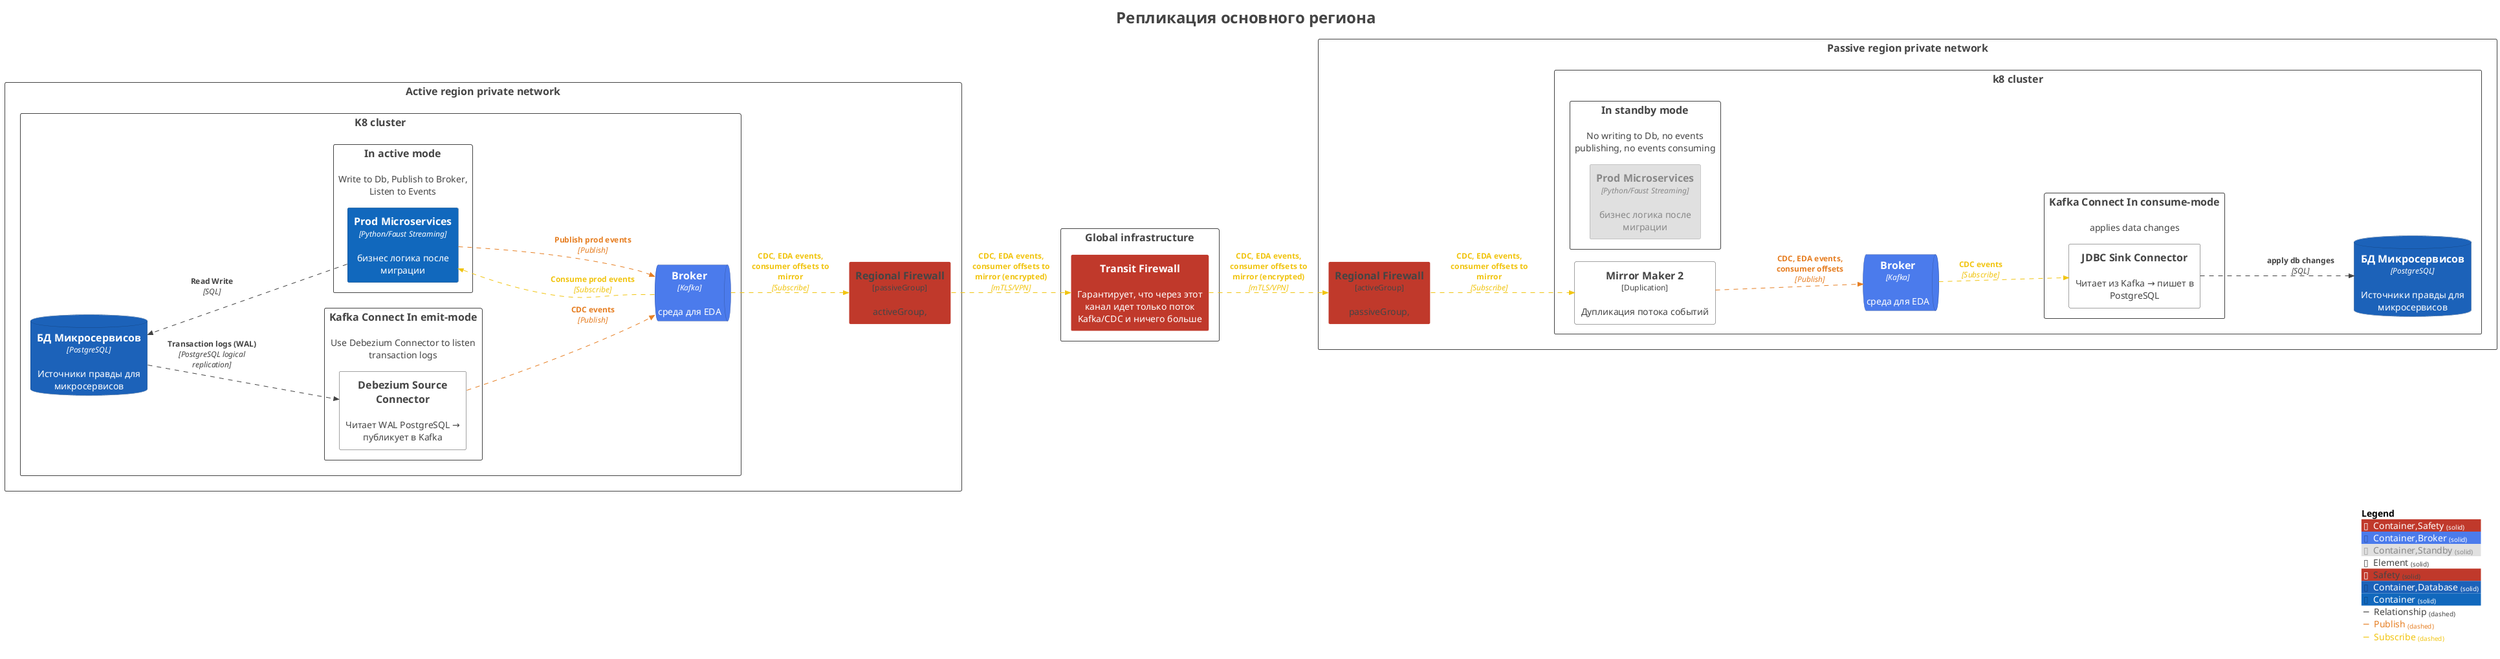
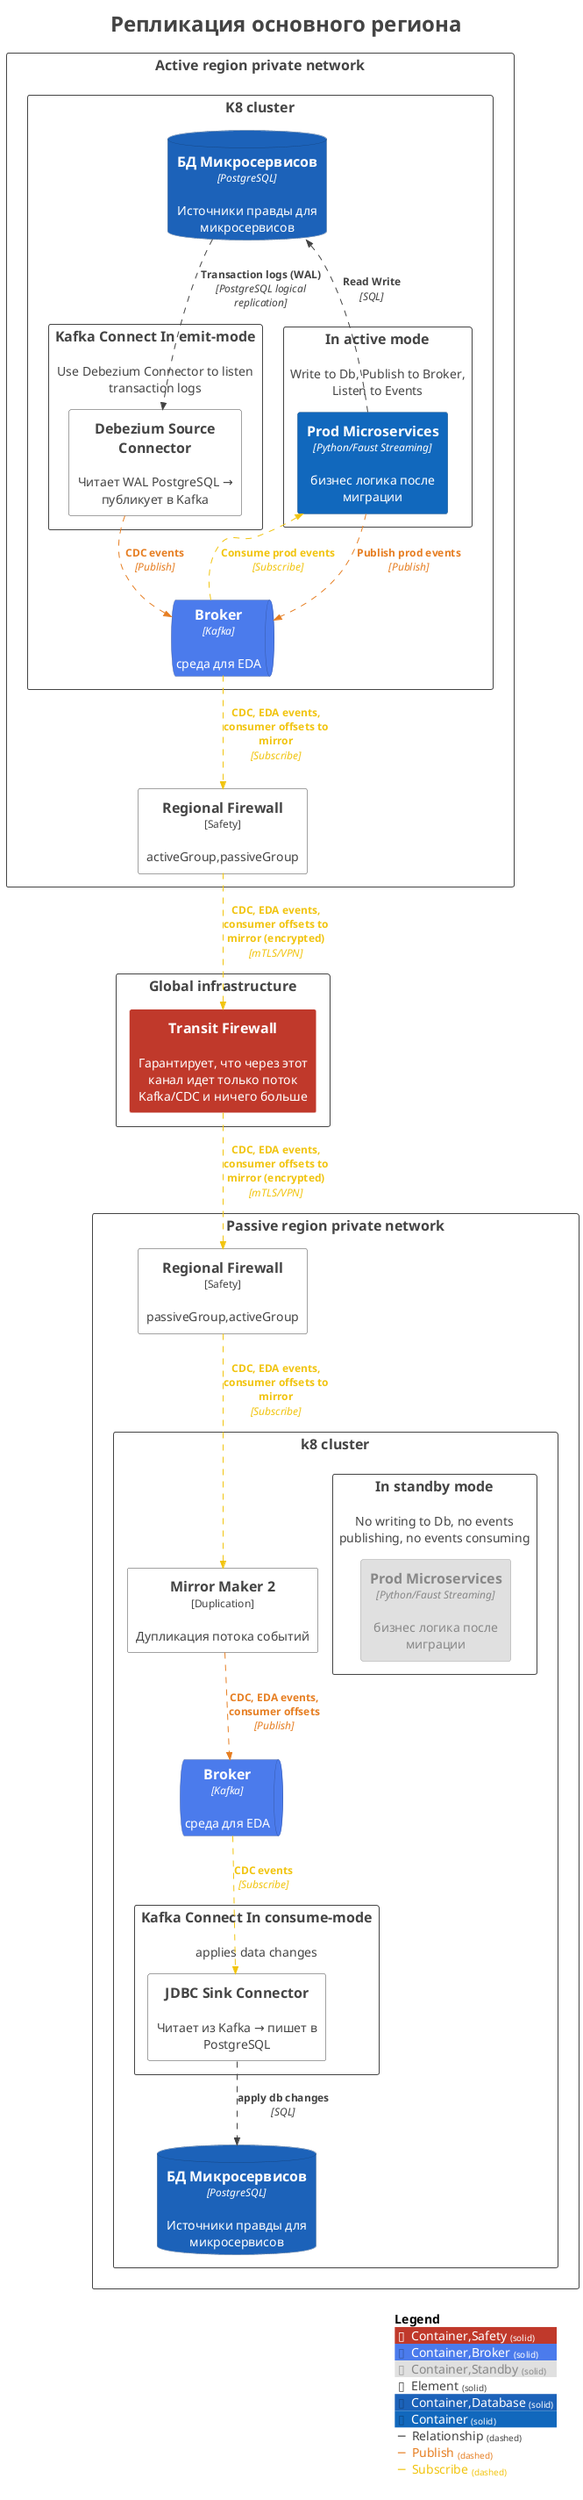
@startuml
title <size:24>Репликация основного региона</size>

set separator none
- left to right direction
+ top to bottom direction

<style>
  root {
    BackgroundColor: #ffffff
    FontColor: #444444
  }
</style>

!include <C4/C4>
!include <C4/C4_Context>
!include <C4/C4_Container>
!include <C4/C4_Deployment>

AddElementTag("Container,Safety", $bgColor="#c0392b", $borderColor="#ffffff", $fontColor="#ffffff", $sprite="", $shadowing="", $borderStyle="solid")
AddElementTag("Container,Broker", $bgColor="#4b7bec", $borderColor="#3456a5", $fontColor="#ffffff", $sprite="", $shadowing="", $borderStyle="solid")
AddElementTag("Container,Standby", $bgColor="#e0e0e0", $borderColor="#9c9c9c", $fontColor="#888888", $sprite="", $shadowing="", $borderStyle="solid")
AddElementTag("Element", $bgColor="#ffffff", $borderColor="#444444", $fontColor="#444444", $sprite="", $shadowing="", $borderStyle="solid")
- AddElementTag("Safety", $bgColor="#c0392b", $borderColor="#ffffff", $fontColor="#444444", $sprite="", $shadowing="", $borderStyle="solid")
AddElementTag("Container,Database", $bgColor="#1c62b9", $borderColor="#134481", $fontColor="#ffffff", $sprite="", $shadowing="", $borderStyle="solid")
AddElementTag("Container", $bgColor="#1168bd", $borderColor="#0b4884", $fontColor="#ffffff", $sprite="", $shadowing="", $borderStyle="solid")

AddRelTag("Relationship", $textColor="#424242", $lineColor="#424242", $lineStyle = DashedLine())
AddRelTag("Publish", $textColor="#e67e22", $lineColor="#e67e22", $lineStyle = DashedLine())
AddRelTag("Subscribe", $textColor="#f1c40f", $lineColor="#f1c40f", $lineStyle = DashedLine())

Deployment_Node(ActivePassiveRegionDeployment.Activeregionprivatenetwork, "Active region private network", $type="", $descr="", $tags="Element", $link="") {
  Deployment_Node(ActivePassiveRegionDeployment.Activeregionprivatenetwork.K8cluster, "K8 cluster", $type="", $descr="", $tags="Element", $link="") {
    Deployment_Node(ActivePassiveRegionDeployment.Activeregionprivatenetwork.K8cluster.Inactivemode, "In active mode", $type="", $descr="Write to Db, Publish to Broker, Listen to Events", $tags="Element", $link="") {
      Container(ActivePassiveRegionDeployment.Activeregionprivatenetwork.K8cluster.Inactivemode.ProdMicroservices_1, "Prod Microservices", $techn="Python/Faust Streaming", $descr="бизнес логика после миграции", $tags="Container", $link="")
    }

    ContainerDb(ActivePassiveRegionDeployment.Activeregionprivatenetwork.K8cluster.БДМикросервисов_1, "БД Микросервисов", $techn="PostgreSQL", $descr="Источники правды для микросервисов", $tags="Container,Database", $link="")
    ContainerQueue(ActivePassiveRegionDeployment.Activeregionprivatenetwork.K8cluster.Broker_1, "Broker", $techn="Kafka", $descr="среда для EDA", $tags="Container,Broker", $link="")
    Deployment_Node(ActivePassiveRegionDeployment.Activeregionprivatenetwork.K8cluster.KafkaConnectInemitmode, "Kafka Connect In emit-mode", $type="", $descr="Use Debezium Connector to listen transaction logs", $tags="Element", $link="") {
      Deployment_Node(ActivePassiveRegionDeployment.Activeregionprivatenetwork.K8cluster.KafkaConnectInemitmode.DebeziumSourceConnector, "Debezium Source Connector", $type="", $descr="Читает WAL PostgreSQL → публикует в Kafka", $tags="Element", $link="")
    }

  }

-   Deployment_Node(ActivePassiveRegionDeployment.Activeregionprivatenetwork.RegionalFirewall, "Regional Firewall", $type="passiveGroup", $descr="activeGroup,", $tags="Safety", $link="")
+   Deployment_Node(ActivePassiveRegionDeployment.Activeregionprivatenetwork.RegionalFirewall, "Regional Firewall", $type="Safety", $descr="activeGroup,passiveGroup", $tags="Element", $link="")
}

Deployment_Node(ActivePassiveRegionDeployment.Passiveregionprivatenetwork, "Passive region private network", $type="", $descr="", $tags="Element", $link="") {
  Deployment_Node(ActivePassiveRegionDeployment.Passiveregionprivatenetwork.k8cluster, "k8 cluster", $type="", $descr="", $tags="Element", $link="") {
    Deployment_Node(ActivePassiveRegionDeployment.Passiveregionprivatenetwork.k8cluster.Instandbymode, "In standby mode", $type="", $descr="No writing to Db, no events publishing, no events consuming", $tags="Element", $link="") {
      Container(ActivePassiveRegionDeployment.Passiveregionprivatenetwork.k8cluster.Instandbymode.ProdMicroservices_1, "Prod Microservices", $techn="Python/Faust Streaming", $descr="бизнес логика после миграции", $tags="Container,Standby", $link="")
    }

    ContainerDb(ActivePassiveRegionDeployment.Passiveregionprivatenetwork.k8cluster.БДМикросервисов_1, "БД Микросервисов", $techn="PostgreSQL", $descr="Источники правды для микросервисов", $tags="Container,Database", $link="")
    ContainerQueue(ActivePassiveRegionDeployment.Passiveregionprivatenetwork.k8cluster.Broker_1, "Broker", $techn="Kafka", $descr="среда для EDA", $tags="Container,Broker", $link="")
    Deployment_Node(ActivePassiveRegionDeployment.Passiveregionprivatenetwork.k8cluster.MirrorMaker2, "Mirror Maker 2", $type="Duplication", $descr="Дупликация потока событий", $tags="Element", $link="")
    Deployment_Node(ActivePassiveRegionDeployment.Passiveregionprivatenetwork.k8cluster.KafkaConnectInconsumemode, "Kafka Connect In consume-mode", $type="", $descr="applies data changes", $tags="Element", $link="") {
      Deployment_Node(ActivePassiveRegionDeployment.Passiveregionprivatenetwork.k8cluster.KafkaConnectInconsumemode.JDBCSinkConnector, "JDBC Sink Connector", $type="", $descr="Читает из Kafka → пишет в PostgreSQL", $tags="Element", $link="")
    }

  }

-   Deployment_Node(ActivePassiveRegionDeployment.Passiveregionprivatenetwork.RegionalFirewall, "Regional Firewall", $type="activeGroup", $descr="passiveGroup,", $tags="Safety", $link="")
+   Deployment_Node(ActivePassiveRegionDeployment.Passiveregionprivatenetwork.RegionalFirewall, "Regional Firewall", $type="Safety", $descr="passiveGroup,activeGroup", $tags="Element", $link="")
}

Deployment_Node(ActivePassiveRegionDeployment.Globalinfrastructure, "Global infrastructure", $type="", $descr="", $tags="Element", $link="") {
  Container(ActivePassiveRegionDeployment.Globalinfrastructure.TransitFirewall_1, "Transit Firewall", $techn="", $descr="Гарантирует, что через этот канал идет только поток Kafka/CDC и ничего больше", $tags="Container,Safety", $link="")
}

Rel(ActivePassiveRegionDeployment.Activeregionprivatenetwork.K8cluster.Inactivemode.ProdMicroservices_1, ActivePassiveRegionDeployment.Activeregionprivatenetwork.K8cluster.БДМикросервисов_1, "Read Write", $techn="SQL", $tags="Relationship", $link="")
Rel(ActivePassiveRegionDeployment.Activeregionprivatenetwork.K8cluster.Broker_1, ActivePassiveRegionDeployment.Activeregionprivatenetwork.K8cluster.Inactivemode.ProdMicroservices_1, "Consume prod events", $techn="Subscribe", $tags="Subscribe", $link="")
Rel(ActivePassiveRegionDeployment.Activeregionprivatenetwork.K8cluster.Inactivemode.ProdMicroservices_1, ActivePassiveRegionDeployment.Activeregionprivatenetwork.K8cluster.Broker_1, "Publish prod events", $techn="Publish", $tags="Publish", $link="")
Rel(ActivePassiveRegionDeployment.Activeregionprivatenetwork.K8cluster.KafkaConnectInemitmode.DebeziumSourceConnector, ActivePassiveRegionDeployment.Activeregionprivatenetwork.K8cluster.Broker_1, "CDC events", $techn="Publish", $tags="Publish", $link="")
Rel(ActivePassiveRegionDeployment.Activeregionprivatenetwork.K8cluster.БДМикросервисов_1, ActivePassiveRegionDeployment.Activeregionprivatenetwork.K8cluster.KafkaConnectInemitmode.DebeziumSourceConnector, "Transaction logs (WAL)", $techn="PostgreSQL logical replication", $tags="Relationship", $link="")
Rel(ActivePassiveRegionDeployment.Activeregionprivatenetwork.K8cluster.Broker_1, ActivePassiveRegionDeployment.Activeregionprivatenetwork.RegionalFirewall, "CDC, EDA events, consumer offsets to mirror", $techn="Subscribe", $tags="Subscribe", $link="")
Rel(ActivePassiveRegionDeployment.Passiveregionprivatenetwork.k8cluster.MirrorMaker2, ActivePassiveRegionDeployment.Passiveregionprivatenetwork.k8cluster.Broker_1, "CDC, EDA events, consumer offsets", $techn="Publish", $tags="Publish", $link="")
Rel(ActivePassiveRegionDeployment.Passiveregionprivatenetwork.k8cluster.Broker_1, ActivePassiveRegionDeployment.Passiveregionprivatenetwork.k8cluster.KafkaConnectInconsumemode.JDBCSinkConnector, "CDC events", $techn="Subscribe", $tags="Subscribe", $link="")
Rel(ActivePassiveRegionDeployment.Passiveregionprivatenetwork.k8cluster.KafkaConnectInconsumemode.JDBCSinkConnector, ActivePassiveRegionDeployment.Passiveregionprivatenetwork.k8cluster.БДМикросервисов_1, "apply db changes", $techn="SQL", $tags="Relationship", $link="")
Rel(ActivePassiveRegionDeployment.Passiveregionprivatenetwork.RegionalFirewall, ActivePassiveRegionDeployment.Passiveregionprivatenetwork.k8cluster.MirrorMaker2, "CDC, EDA events, consumer offsets to mirror", $techn="Subscribe", $tags="Subscribe", $link="")
Rel(ActivePassiveRegionDeployment.Activeregionprivatenetwork.RegionalFirewall, ActivePassiveRegionDeployment.Globalinfrastructure.TransitFirewall_1, "CDC, EDA events, consumer offsets to mirror (encrypted)", $techn="mTLS/VPN", $tags="Subscribe", $link="")
Rel(ActivePassiveRegionDeployment.Globalinfrastructure.TransitFirewall_1, ActivePassiveRegionDeployment.Passiveregionprivatenetwork.RegionalFirewall, "CDC, EDA events, consumer offsets to mirror (encrypted)", $techn="mTLS/VPN", $tags="Subscribe", $link="")

SHOW_LEGEND(true)
hide stereotypes
@enduml